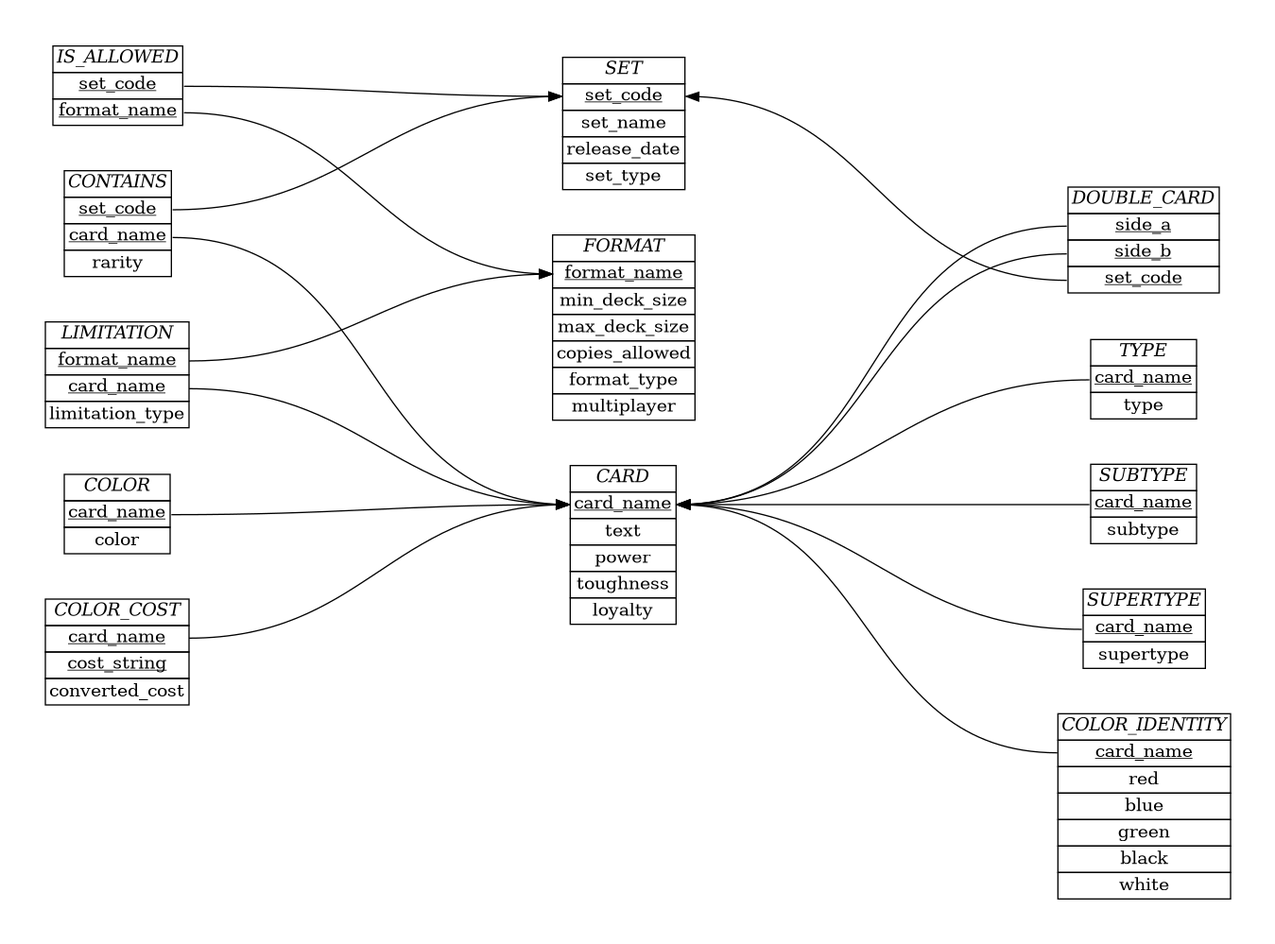
The Graphviz diagram schema/ER_diagram.png in akilmarshall/trumark, before a commit. Its source is kept beside it as schema/ER_diagram.dot.
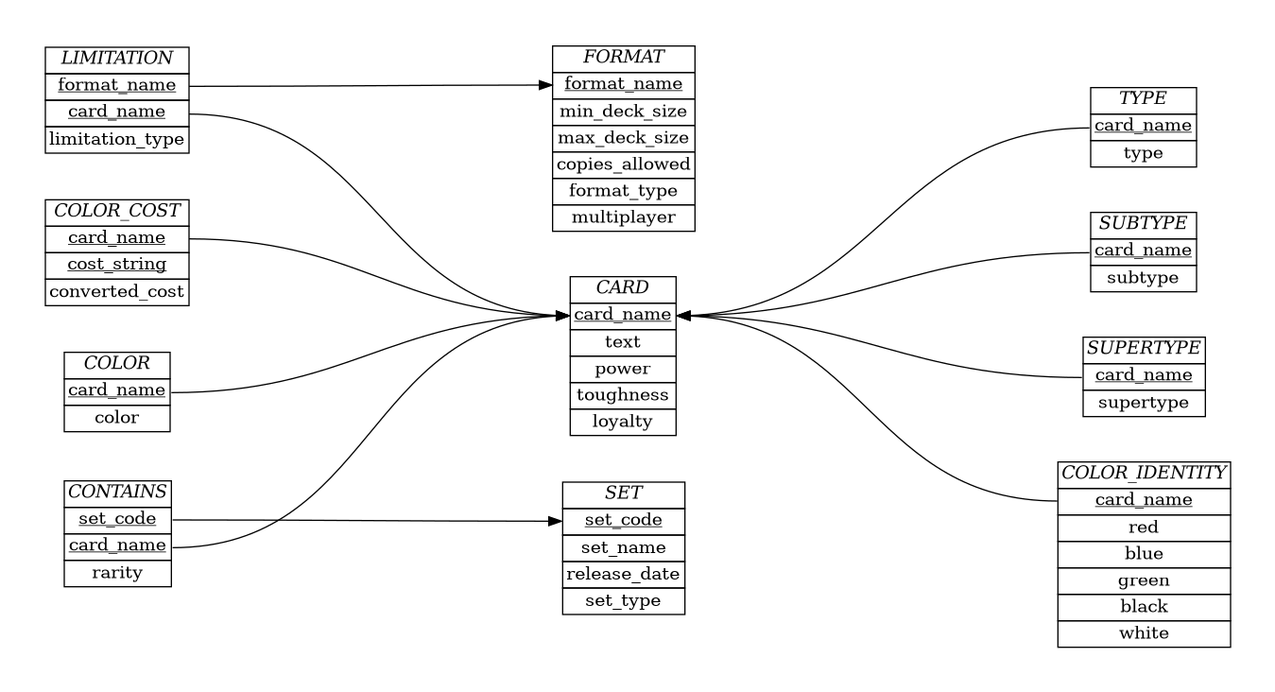
The same diagram one commit later.

Commit message:
removed IS_ALLOWED and DOUBLE_CARD due to the lack of an api that exposes the information necessary to populate the tables, if such an api is found they should be restored

Change to the diagram source:
```diff
@@ -39,21 +39,6 @@
         <tr><td port="1"><u>set_code</u></td></tr>
         <tr><td port="2"><u>card_name</u></td></tr>
         <tr><td port="3">rarity</td></tr>
-        </table>>];
-
-    Is_allowed [label=<
-        <table border="0" cellborder="1" cellspacing="0">
-        <tr><td><i>IS_ALLOWED</i></td></tr>
-        <tr><td port="1"><u>set_code</u></td></tr>
-        <tr><td port="2"><u>format_name</u></td></tr>
-        </table>>];
-
-    Double_card [label=<
-        <table border="0" cellborder="1" cellspacing="0">
-        <tr><td><i>DOUBLE_CARD</i></td></tr>
-        <tr><td port="1"><u>side_a</u></td></tr>
-        <tr><td port="2"><u>side_b</u></td></tr>
-        <tr><td port="3"><u>set_code</u></td></tr>
         </table>>];
 
     Limitation [label=< <table border="0" cellborder="1" cellspacing="0">
@@ -110,8 +95,6 @@
         <tr><td port="2">color</td></tr>
         </table>>];
 
-    Is_allowed:1 -> Set:1 [color=black];
-    Is_allowed:2 -> Format:1;
 
     Contains:1 -> Set:1 [color=black];
     Contains:2 -> Card:1;
@@ -125,9 +108,6 @@
 
     edge [dir="back"];
 
-    Card:1 -> Double_card:1;
-    Card:1 -> Double_card:2;
-    Set:1 -> Double_card:3;
 
 
     Card:1 -> Subtype:1;
```
